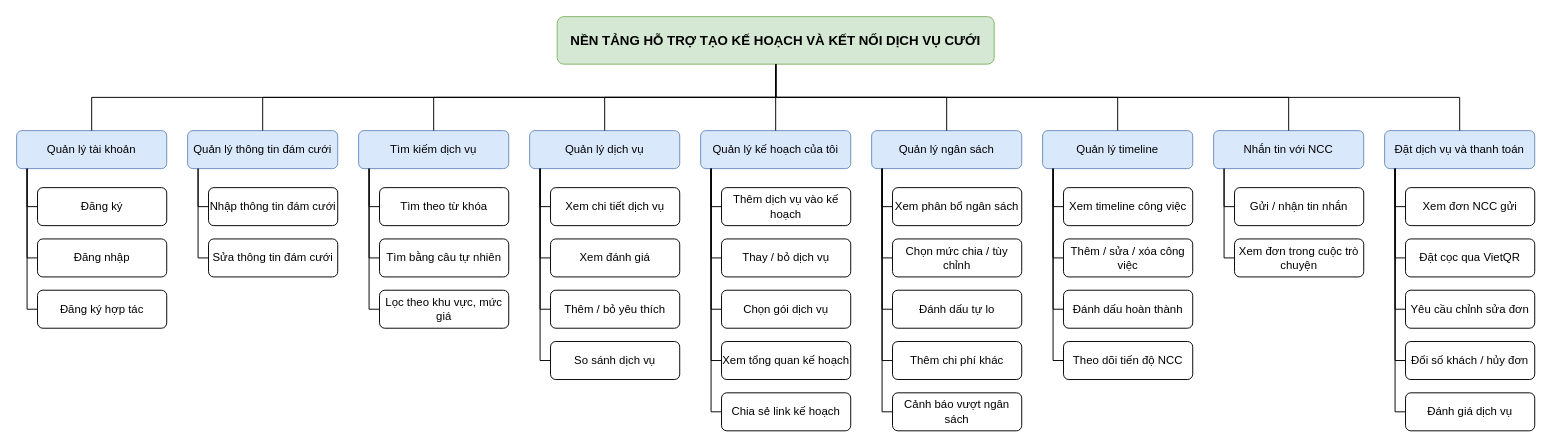
This is docs/diagrams/bieu-do-phan-ra-khach-hang.drawio from cheesmond945-lgtm/weddy-planner, a draw.io file, before an edit. Source tidied: cells renumbered, new cells numbered last; positions are measured from the earlier drawing's top-left corner, leaving out a move shared by most shapes. Both pictures are drawn from the tidied source at 95%, with x=0, y=0 at pixel (16, 16).
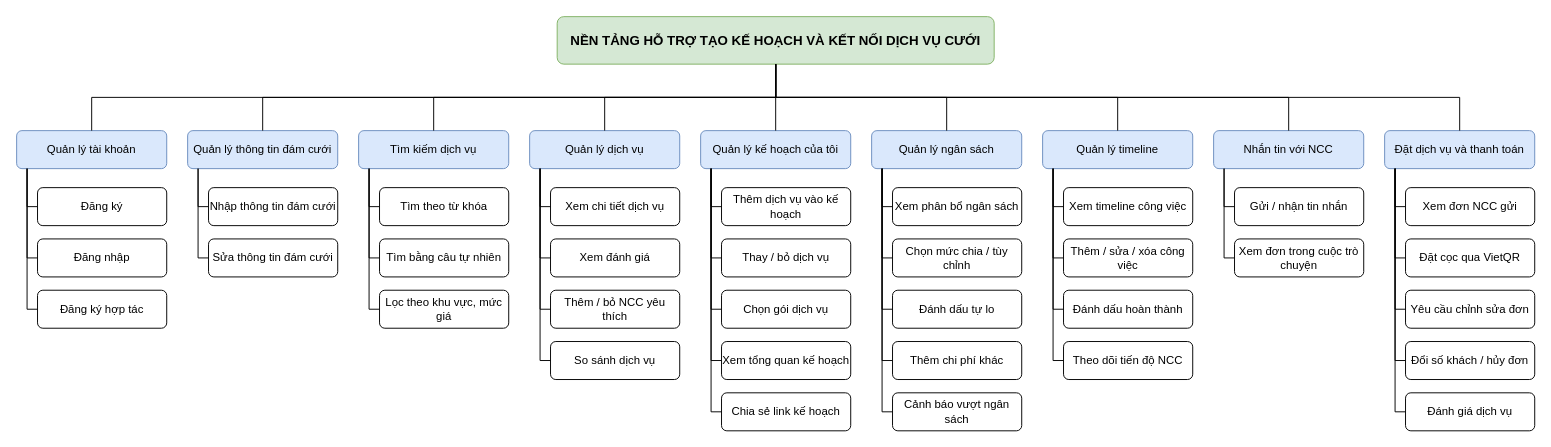
The same diagram, later.

Change to the diagram source:
```diff
@@
-    <mxCell id="31" value="Thêm / bỏ yêu thích" style="rounded=1;fillColor=#ffffff;strokeColor=#000000;fontSize=12;fontFamily=Helvetica;fontColor=#000000;whiteSpace=wrap;html=1;arcSize=14;" parent="1" vertex="1">
+    <mxCell id="31" value="Thêm / bỏ NCC yêu thích" style="rounded=1;fillColor=#ffffff;strokeColor=#000000;fontSize=12;fontFamily=Helvetica;fontColor=#000000;whiteSpace=wrap;html=1;arcSize=14;" parent="1" vertex="1">
       <mxGeometry x="562" y="288" width="136" height="40" as="geometry" />
     </mxCell>
```
